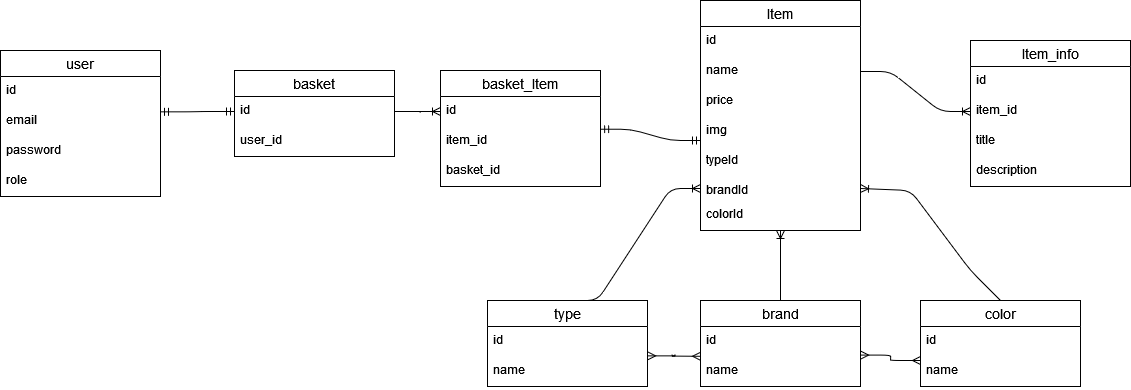
Above: SPO1.drawio.png in DmitriyChvanov/SPO-1 (draw.io), before the change. Source tidied: cells renumbered, new cells last; positions are measured from the earlier drawing's top-left corner, leaving out a move shared by most shapes.
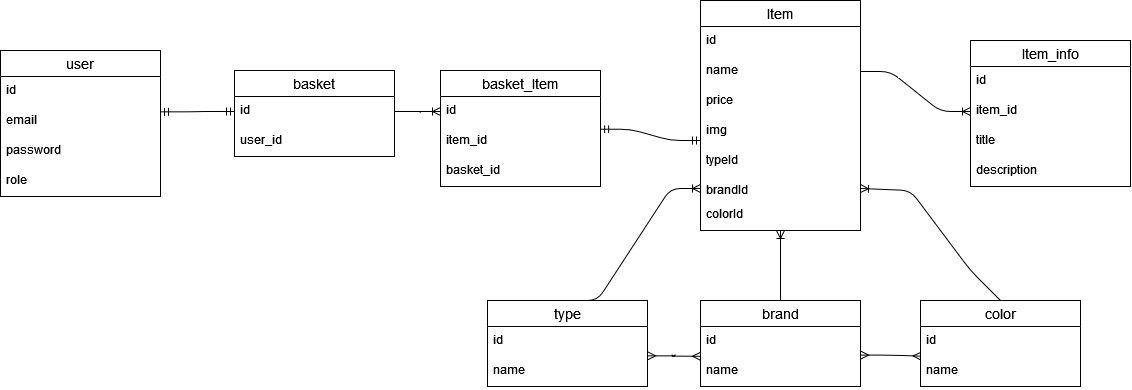
After the change.

Diff of the diagram source:
```diff
@@ -77,9 +77,8 @@
     <mxCell id="26" style="fontSize=12;html=1;endArrow=ERoneToMany;exitX=0.5;exitY=0;exitDx=0;exitDy=0;entryX=0.5;entryY=1;entryDx=0;entryDy=0;" parent="1" edge="1" source="22" target="11">
       <mxGeometry relative="1" as="geometry" />
     </mxCell>
-    <mxCell id="27" style="edgeStyle=entityRelationEdgeStyle;fontSize=12;html=1;endArrow=ERmany;startArrow=ERmany;exitX=1.001;exitY=-0.047;exitDx=0;exitDy=0;exitPerimeter=0;" parent="1" edge="1" source="24">
+    <mxCell id="27" style="edgeStyle=entityRelationEdgeStyle;fontSize=12;html=1;endArrow=ERmany;startArrow=ERmany;exitX=1.001;exitY=-0.047;exitDx=0;exitDy=0;exitPerimeter=0;entryX=0.004;entryY=-0.011;entryDx=0;entryDy=0;entryPerimeter=0;" parent="1" edge="1" source="24" target="42">
       <mxGeometry relative="1" as="geometry">
-        <mxPoint x="920" y="360" as="targetPoint" />
         <Array as="points">
           <mxPoint x="890" y="350" />
           <mxPoint x="890" y="360" />
```
